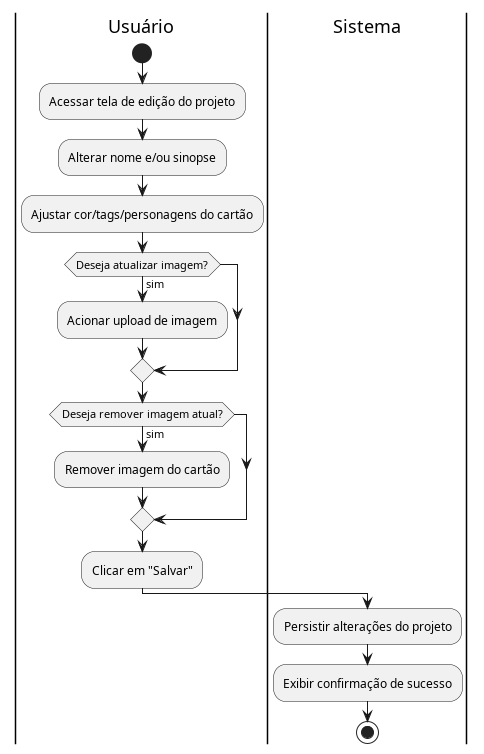
The PlantUML diagram docs/casosUso/imagens/diagramas_atividade/diagrama_UC02.png in aspiringluke/Projeto-Integrado-Mobile, before a commit.
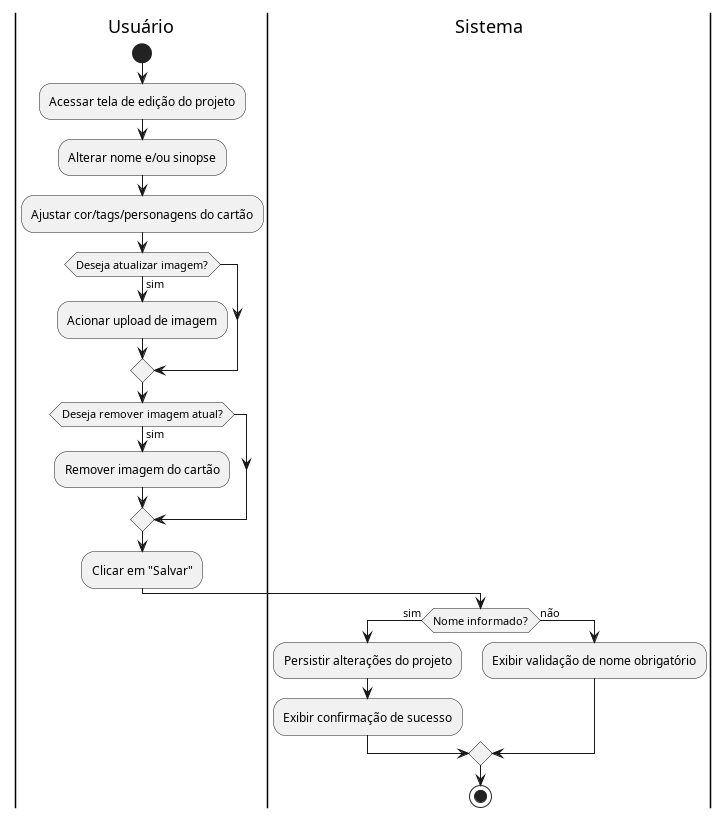
Above is the later version.

What changed in the source:
```diff
@@ -14,8 +14,12 @@
 :Clicar em "Salvar";
 
 |Sistema|
-:Persistir alterações do projeto;
-:Exibir confirmação de sucesso;
+if (Nome informado?) then (sim)
+  :Persistir alterações do projeto;
+  :Exibir confirmação de sucesso;
+else (não)
+  :Exibir validação de nome obrigatório;
+endif
 
 stop
 @enduml
```
